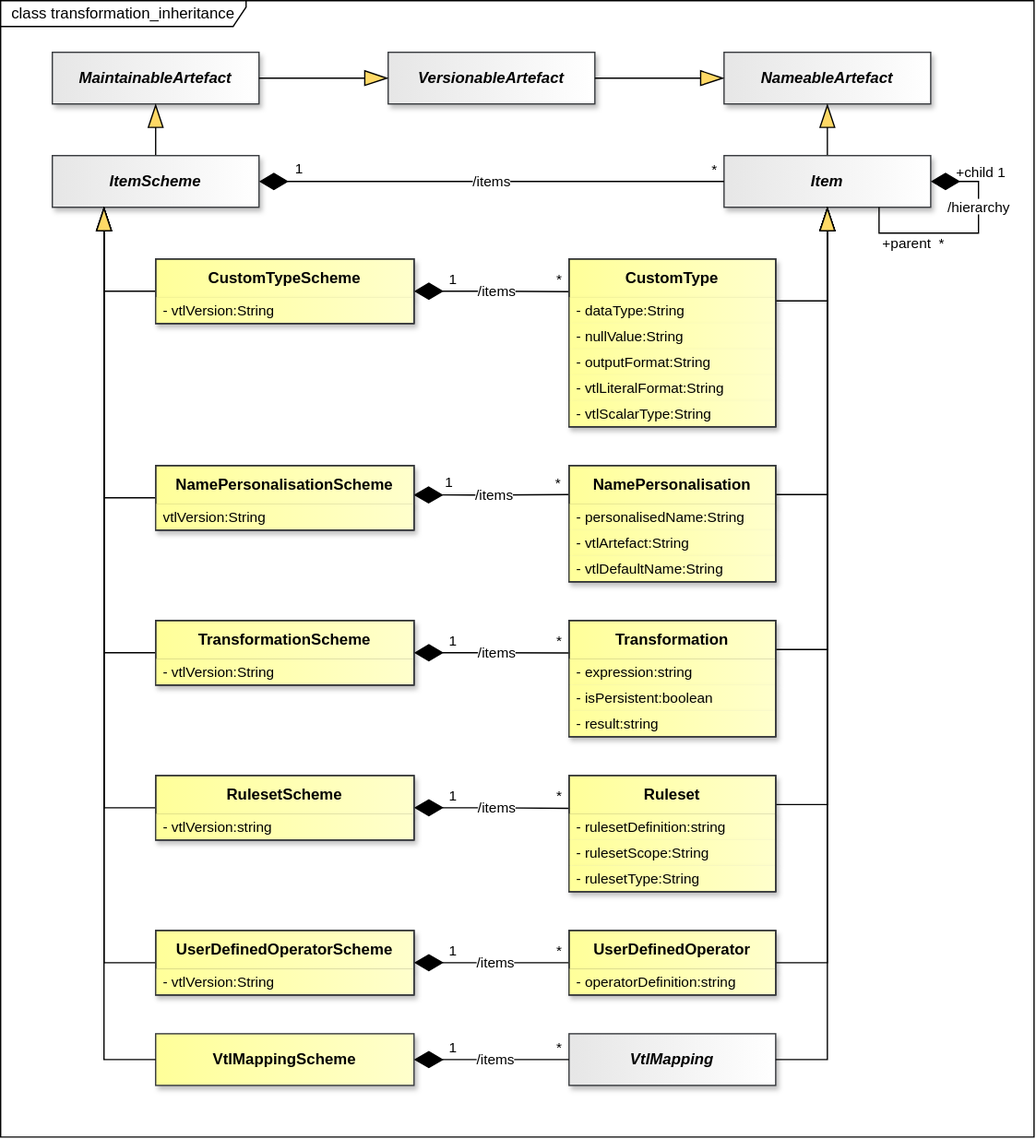
The draw.io diagram docs/information_model/media/sdmx_transformation-transformation-inheritance.svg in sdmx-twg/sdmx-im, before a commit. Source tidied: cells renumbered, new cells last; positions are measured from the earlier drawing's top-left corner, leaving out a move shared by most shapes.
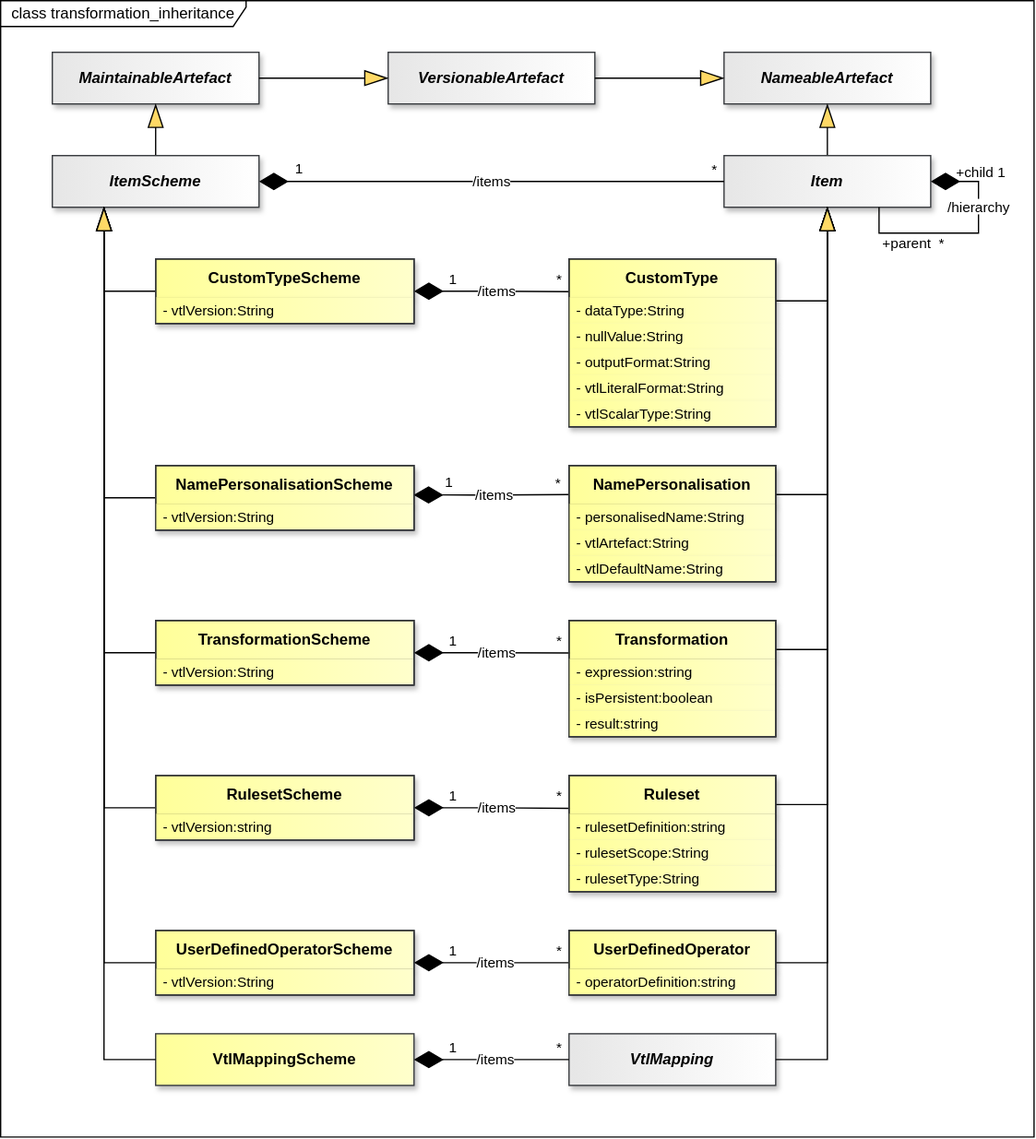
After the commit.

Change to the diagram source:
```diff
@@ -88,7 +88,7 @@
     <mxCell id="25" value="NamePersonalisationScheme" style="swimlane;fontStyle=1;align=center;verticalAlign=middle;horizontal=1;startSize=30;whiteSpace=wrap;html=1;fillColor=light-dark(#FFFF99,#FFFF99);strokeColor=light-dark(#000000,#000000);gradientDirection=east;swimlaneLine=1;fontColor=light-dark(#000000,#000000);labelBackgroundColor=none;textShadow=0;gradientColor=light-dark(#FFFFCC,#FFFFCC);shadow=1;" parent="1" vertex="1">
       <mxGeometry x="120" y="360" width="200" height="50" as="geometry" />
     </mxCell>
-    <mxCell id="26" value="vtlVersion:String" style="text;strokeColor=none;fillColor=light-dark(#FFFF99,#FFFF99);align=left;verticalAlign=middle;spacingLeft=4;spacingRight=4;overflow=hidden;whiteSpace=wrap;html=1;fontFamily=Helvetica;fontSize=11;fontColor=light-dark(#000000,#000000);gradientColor=light-dark(#FFFFCC,#FFFFCC);gradientDirection=east;shadow=1;" parent="25" vertex="1">
+    <mxCell id="26" value="- vtlVersion:String" style="text;strokeColor=none;fillColor=light-dark(#FFFF99,#FFFF99);align=left;verticalAlign=middle;spacingLeft=4;spacingRight=4;overflow=hidden;whiteSpace=wrap;html=1;fontFamily=Helvetica;fontSize=11;fontColor=light-dark(#000000,#000000);gradientColor=light-dark(#FFFFCC,#FFFFCC);gradientDirection=east;shadow=1;" parent="25" vertex="1">
       <mxGeometry y="30" width="200" height="20" as="geometry" />
     </mxCell>
     <mxCell id="27" value="TransformationScheme" style="swimlane;fontStyle=1;align=center;verticalAlign=middle;horizontal=1;startSize=30;whiteSpace=wrap;html=1;fillColor=light-dark(#FFFF99,#FFFF99);strokeColor=light-dark(#000000,#000000);gradientDirection=east;swimlaneLine=1;fontColor=light-dark(#000000,#000000);labelBackgroundColor=none;textShadow=0;gradientColor=light-dark(#FFFFCC,#FFFFCC);shadow=1;" parent="1" vertex="1">
```
